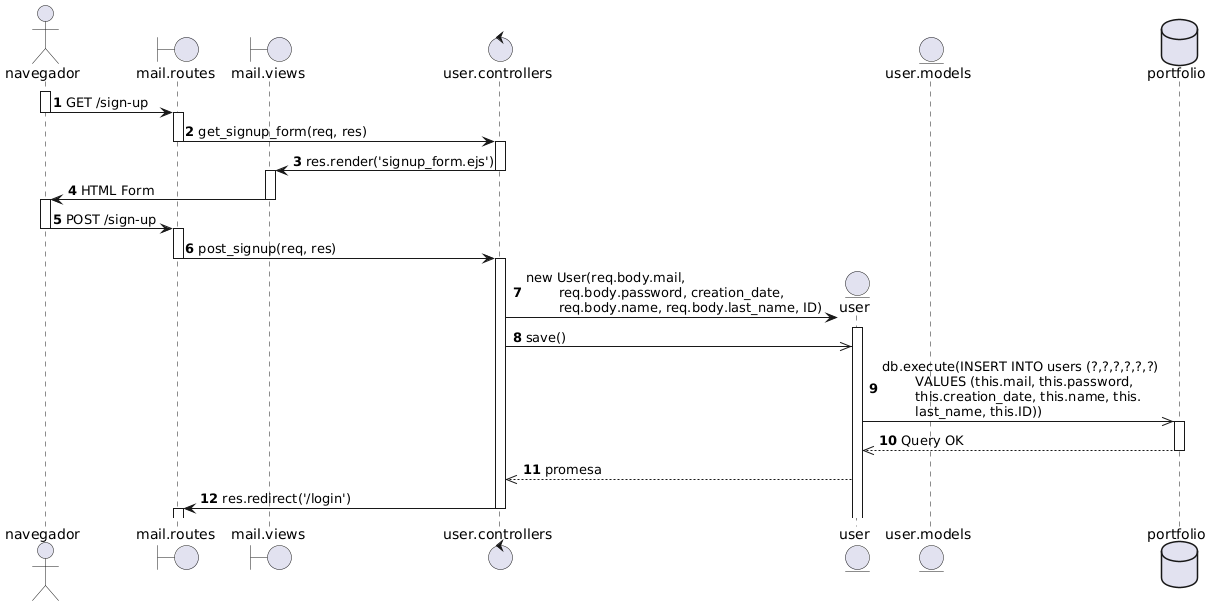
Before: Diagramas/Secuencia/CU06_U_Registrar_usuario.png, a diagram exported from PlantUML (YaelChar417/portfolio).
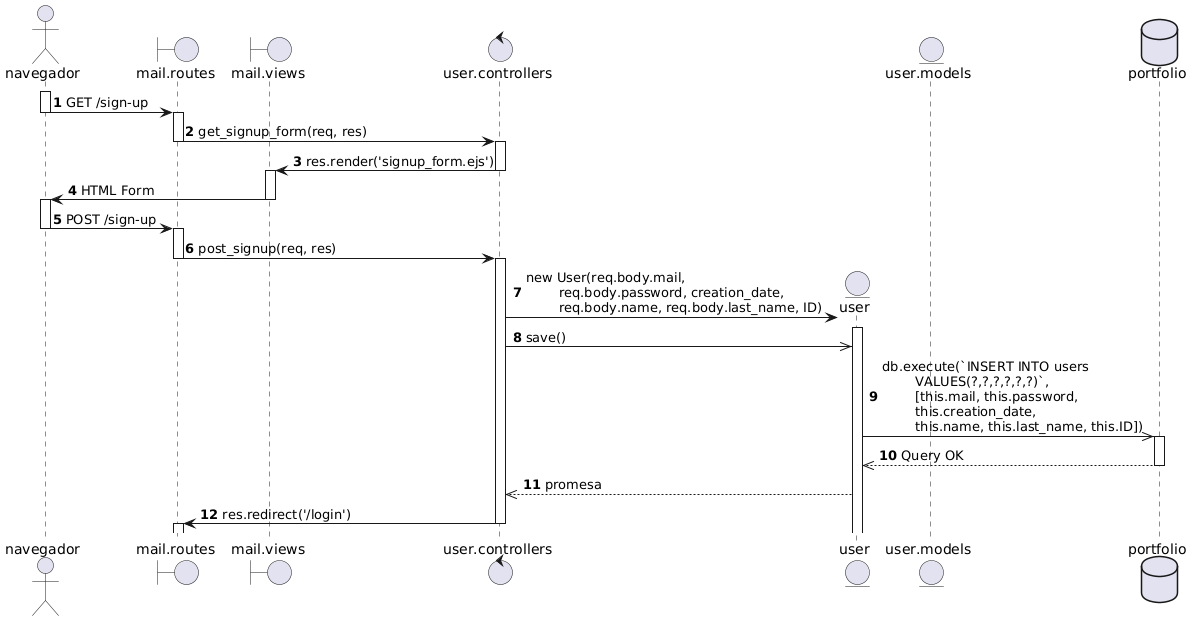
The same file after the commit.

Commit message:
Update: imagen de diagramas de secuencia actualizadas con correcta sintaxis sql para inserciones

Change to the diagram source:
```diff
@@ -41,7 +41,7 @@
 entity "user.models" as model
 database portfolio as db
 
-user ->> db: db.execute(INSERT INTO users (?,?,?,?,?,?) \n\tVALUES (this.mail, this.password, \n\tthis.creation_date, this.name, this.\n\tlast_name, this.ID))
+user ->> db: db.execute(`INSERT INTO users \n\tVALUES(?,?,?,?,?,?)`, \n\t[this.mail, this.password, \n\tthis.creation_date, \n\tthis.name, this.last_name, this.ID])
 
 activate db
 db -->> user: Query OK
```
